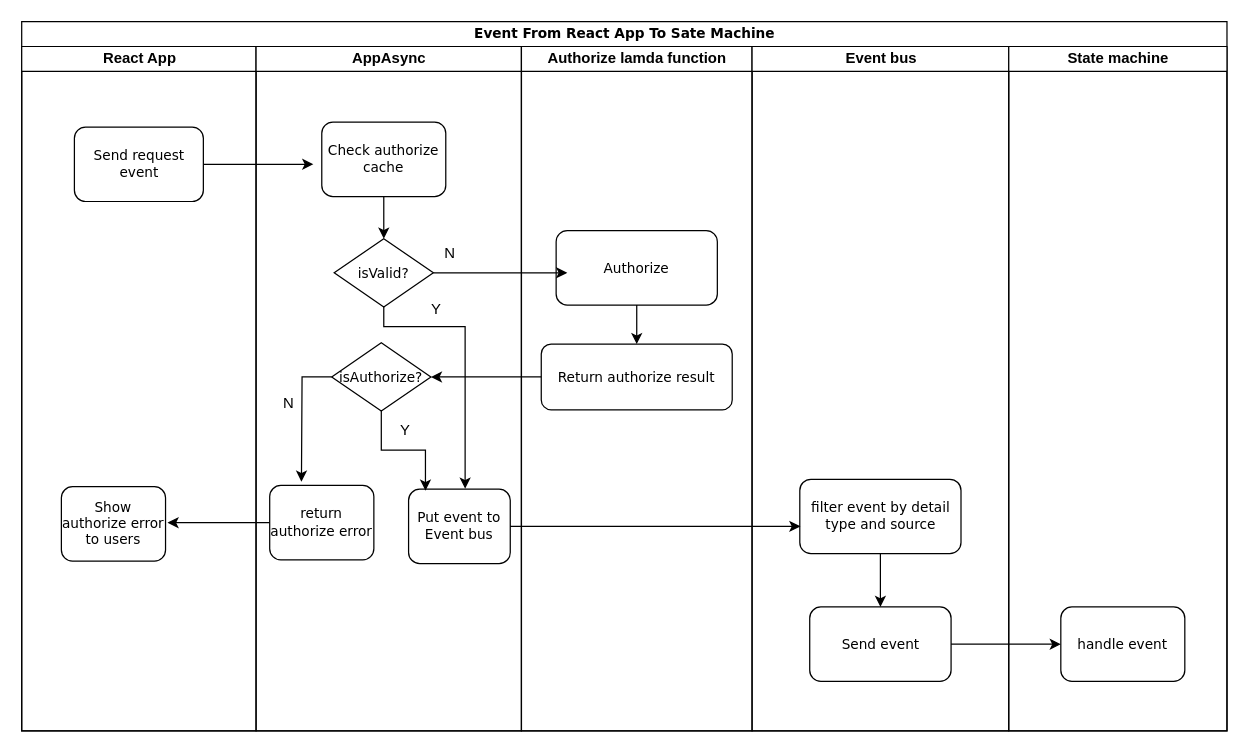
Before: event2.drawio in dieunguyen2003/deploycode, a draw.io diagram. Source tidied: cells renumbered, new cells numbered last; positions are measured from the earlier drawing's top-left corner, leaving out a move shared by most shapes. Both pictures are drawn from the tidied source at 124%, with x=0, y=0 at pixel (21, 21).
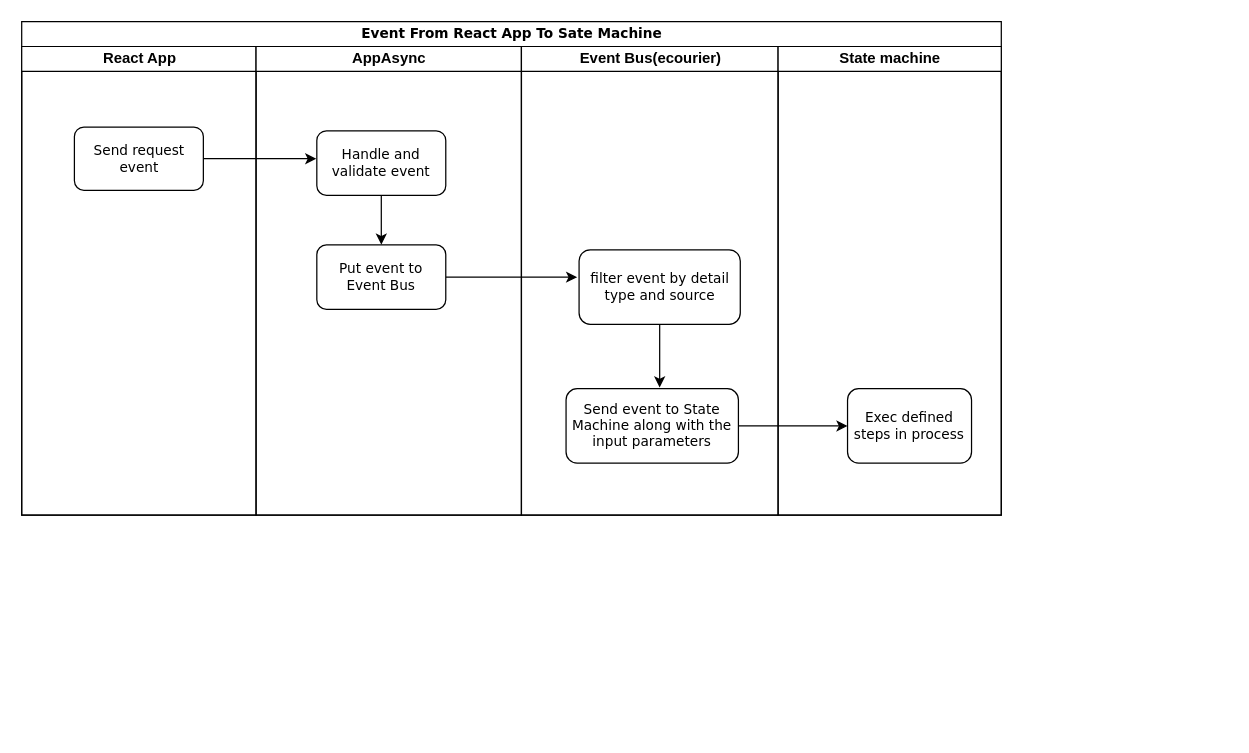
The same page after the edit.

What changed in the source:
```diff
@@
     <mxCell id="2" value="&lt;font style=&quot;font-size: 11px;&quot;&gt;Event From React App To Sate Machine&lt;/font&gt;" style="swimlane;html=1;startSize=20;rounded=0;shadow=0;labelBackgroundColor=none;strokeWidth=1;fontFamily=Verdana;fontSize=8;align=center;" parent="1" vertex="1">
-      <mxGeometry width="972" height="572" as="geometry" />
+      <mxGeometry width="790" height="398" as="geometry" />
     </mxCell>
     <mxCell id="3" value="React App" style="swimlane;html=1;startSize=20;" parent="2" vertex="1">
-      <mxGeometry y="20" width="189" height="552" as="geometry" />
+      <mxGeometry y="20" width="189" height="378" as="geometry" />
     </mxCell>
-    <mxCell id="4" style="edgeStyle=orthogonalEdgeStyle;rounded=0;jettySize=auto;html=1;" parent="3" edge="1" source="5">
-      <mxGeometry relative="1" as="geometry">
-        <mxPoint x="235.2" y="95" as="targetPoint" />
-      </mxGeometry>
-    </mxCell>
+    <mxCell id="36" style="edgeStyle=orthogonalEdgeStyle;rounded=0;jettySize=auto;html=1;" parent="3" edge="1" source="5">
+      <mxGeometry relative="1" as="geometry">
+        <mxPoint x="237.6" y="90.5" as="targetPoint" />
+      </mxGeometry>
+    </mxCell>
     <mxCell id="5" value="&lt;font style=&quot;font-size: 11px;&quot;&gt;Send request event&lt;/font&gt;" style="rounded=1;whiteSpace=wrap;html=1;shadow=0;labelBackgroundColor=none;strokeWidth=1;fontFamily=Verdana;fontSize=8;align=center;" parent="3" vertex="1">
-      <mxGeometry x="42.5" y="65" width="104" height="60" as="geometry" />
+      <mxGeometry x="42.5" y="65" width="104" height="51" as="geometry" />
     </mxCell>
-    <mxCell id="6" value="&lt;font style=&quot;font-size: 11px;&quot;&gt;Show authorize error to users&lt;/font&gt;" style="rounded=1;whiteSpace=wrap;html=1;shadow=0;labelBackgroundColor=none;strokeWidth=1;fontFamily=Verdana;fontSize=8;align=center;" parent="3" vertex="1">
-      <mxGeometry x="32" y="355" width="84" height="60" as="geometry" />
-    </mxCell>
     <mxCell id="7" value="AppAsync" style="swimlane;html=1;startSize=20;" parent="2" vertex="1">
-      <mxGeometry x="189" y="20" width="214" height="552" as="geometry" />
+      <mxGeometry x="189" y="20" width="214" height="378" as="geometry" />
     </mxCell>
-    <mxCell id="8" value="&lt;font style=&quot;font-size: 11px;&quot;&gt;Put event to Event bus&lt;/font&gt;" style="rounded=1;whiteSpace=wrap;html=1;shadow=0;labelBackgroundColor=none;strokeWidth=1;fontFamily=Verdana;fontSize=8;align=center;" parent="7" vertex="1">
-      <mxGeometry x="123" y="357" width="82" height="60" as="geometry" />
-    </mxCell>
-    <mxCell id="9" style="edgeStyle=orthogonalEdgeStyle;rounded=0;jettySize=auto;html=1;" parent="7" edge="1" source="10">
-      <mxGeometry relative="1" as="geometry">
-        <mxPoint x="168.6" y="356.6" as="targetPoint" />
-        <Array as="points">
-          <mxPoint x="103" y="226" />
-          <mxPoint x="169" y="226" />
-        </Array>
-      </mxGeometry>
-    </mxCell>
-    <mxCell id="10" value="&lt;span style=&quot;font-size: 11px;&quot;&gt;isValid?&lt;/span&gt;" style="rhombus;whiteSpace=wrap;html=1;rounded=0;shadow=0;labelBackgroundColor=none;strokeWidth=1;fontFamily=Verdana;fontSize=8;align=center;" parent="7" vertex="1">
-      <mxGeometry x="63" y="155" width="80" height="55" as="geometry" />
-    </mxCell>
-    <mxCell id="11" style="edgeStyle=orthogonalEdgeStyle;rounded=0;jettySize=auto;html=1;entryX=0.5;entryY=0;entryDx=0;entryDy=0;" parent="7" edge="1" source="12" target="10">
-      <mxGeometry relative="1" as="geometry" />
-    </mxCell>
-    <mxCell id="12" value="&lt;span style=&quot;font-size: 11px;&quot;&gt;Check authorize cache&lt;/span&gt;" style="rounded=1;whiteSpace=wrap;html=1;shadow=0;labelBackgroundColor=none;strokeWidth=1;fontFamily=Verdana;fontSize=8;align=center;" parent="7" vertex="1">
-      <mxGeometry x="53" y="61" width="100" height="60" as="geometry" />
-    </mxCell>
-    <mxCell id="13" style="edgeStyle=orthogonalEdgeStyle;rounded=0;jettySize=auto;html=1;" parent="7" edge="1" source="14">
-      <mxGeometry relative="1" as="geometry">
-        <mxPoint x="-71.4" y="384" as="targetPoint" />
-      </mxGeometry>
-    </mxCell>
-    <mxCell id="14" value="&lt;font style=&quot;font-size: 11px;&quot;&gt;return authorize error&lt;/font&gt;" style="rounded=1;whiteSpace=wrap;html=1;shadow=0;labelBackgroundColor=none;strokeWidth=1;fontFamily=Verdana;fontSize=8;align=center;" parent="7" vertex="1">
-      <mxGeometry x="11" y="354" width="84" height="60" as="geometry" />
-    </mxCell>
-    <mxCell id="15" style="edgeStyle=orthogonalEdgeStyle;rounded=0;jettySize=auto;html=1;" parent="7" edge="1" source="16">
-      <mxGeometry relative="1" as="geometry">
-        <mxPoint x="36.6" y="351" as="targetPoint" />
-      </mxGeometry>
-    </mxCell>
-    <mxCell id="16" value="&lt;span style=&quot;font-size: 11px;&quot;&gt;isAuthorize?&lt;/span&gt;" style="rhombus;whiteSpace=wrap;html=1;rounded=0;shadow=0;labelBackgroundColor=none;strokeWidth=1;fontFamily=Verdana;fontSize=8;align=center;" parent="7" vertex="1">
-      <mxGeometry x="61" y="239" width="80" height="55" as="geometry" />
-    </mxCell>
-    <mxCell id="17" style="edgeStyle=orthogonalEdgeStyle;rounded=0;jettySize=auto;html=1;entryX=0.166;entryY=0.02;entryDx=0;entryDy=0;entryPerimeter=0;" parent="7" edge="1" source="16" target="8">
-      <mxGeometry relative="1" as="geometry" />
-    </mxCell>
-    <mxCell id="18" value="Authorize lamda function" style="swimlane;html=1;startSize=20;" parent="2" vertex="1">
-      <mxGeometry x="403" y="20" width="186" height="552" as="geometry" />
-    </mxCell>
-    <mxCell id="19" style="edgeStyle=orthogonalEdgeStyle;rounded=0;jettySize=auto;html=1;entryX=0.5;entryY=0;entryDx=0;entryDy=0;" parent="18" edge="1" source="20" target="21">
-      <mxGeometry relative="1" as="geometry" />
-    </mxCell>
-    <mxCell id="20" value="&lt;span style=&quot;font-size: 11px;&quot;&gt;Authorize&lt;/span&gt;" style="rounded=1;whiteSpace=wrap;html=1;shadow=0;labelBackgroundColor=none;strokeWidth=1;fontFamily=Verdana;fontSize=8;align=center;" parent="18" vertex="1">
-      <mxGeometry x="28" y="148.5" width="130" height="60" as="geometry" />
-    </mxCell>
-    <mxCell id="21" value="&lt;font style=&quot;font-size: 11px;&quot;&gt;Return&amp;nbsp;authorize result&lt;/font&gt;" style="rounded=1;whiteSpace=wrap;html=1;shadow=0;labelBackgroundColor=none;strokeWidth=1;fontFamily=Verdana;fontSize=8;align=center;" parent="18" vertex="1">
-      <mxGeometry x="16" y="240" width="154" height="53" as="geometry" />
-    </mxCell>
+    <mxCell id="37" style="edgeStyle=orthogonalEdgeStyle;rounded=0;jettySize=auto;html=1;" parent="7" edge="1" source="38">
+      <mxGeometry relative="1" as="geometry">
+        <mxPoint x="101" y="159.8" as="targetPoint" />
+      </mxGeometry>
+    </mxCell>
+    <mxCell id="38" value="&lt;font style=&quot;font-size: 11px;&quot;&gt;Handle and validate event&lt;/font&gt;" style="rounded=1;whiteSpace=wrap;html=1;shadow=0;labelBackgroundColor=none;strokeWidth=1;fontFamily=Verdana;fontSize=8;align=center;" parent="7" vertex="1">
+      <mxGeometry x="49" y="68" width="104" height="52" as="geometry" />
+    </mxCell>
+    <mxCell id="39" style="edgeStyle=orthogonalEdgeStyle;rounded=0;jettySize=auto;html=1;" parent="7" edge="1" source="40">
+      <mxGeometry relative="1" as="geometry">
+        <mxPoint x="259" y="186" as="targetPoint" />
+      </mxGeometry>
+    </mxCell>
+    <mxCell id="40" value="&lt;font style=&quot;font-size: 11px;&quot;&gt;Put event to Event Bus&lt;/font&gt;" style="rounded=1;whiteSpace=wrap;html=1;shadow=0;labelBackgroundColor=none;strokeWidth=1;fontFamily=Verdana;fontSize=8;align=center;" parent="7" vertex="1">
+      <mxGeometry x="49" y="160" width="104" height="52" as="geometry" />
+    </mxCell>
-    <mxCell id="22" value="Event bus" style="swimlane;html=1;startSize=20;" parent="2" vertex="1">
-      <mxGeometry x="589" y="20" width="207" height="552" as="geometry" />
+    <mxCell id="22" value="Event Bus(ecourier)" style="swimlane;html=1;startSize=20;" parent="2" vertex="1">
+      <mxGeometry x="403" y="20" width="207" height="378" as="geometry" />
     </mxCell>
-    <mxCell id="23" style="edgeStyle=orthogonalEdgeStyle;rounded=0;jettySize=auto;html=1;entryX=0.5;entryY=0;entryDx=0;entryDy=0;" parent="22" edge="1" source="24" target="25">
-      <mxGeometry relative="1" as="geometry" />
-    </mxCell>
+    <mxCell id="41" style="edgeStyle=orthogonalEdgeStyle;rounded=0;jettySize=auto;html=1;" parent="22" edge="1" source="24">
+      <mxGeometry relative="1" as="geometry">
+        <mxPoint x="111.5" y="275" as="targetPoint" />
+      </mxGeometry>
+    </mxCell>
     <mxCell id="24" value="&lt;font style=&quot;font-size: 11px;&quot;&gt;filter event by detail type and source&lt;/font&gt;" style="rounded=1;whiteSpace=wrap;html=1;shadow=0;labelBackgroundColor=none;strokeWidth=1;fontFamily=Verdana;fontSize=8;align=center;" parent="22" vertex="1">
-      <mxGeometry x="38.5" y="349" width="130" height="60" as="geometry" />
+      <mxGeometry x="46.5" y="164" width="130" height="60" as="geometry" />
     </mxCell>
-    <mxCell id="25" value="&lt;span style=&quot;font-size: 11px;&quot;&gt;Send event&lt;/span&gt;" style="rounded=1;whiteSpace=wrap;html=1;shadow=0;labelBackgroundColor=none;strokeWidth=1;fontFamily=Verdana;fontSize=8;align=center;" parent="22" vertex="1">
-      <mxGeometry x="46.5" y="452" width="114" height="60" as="geometry" />
+    <mxCell id="25" value="&lt;font style=&quot;font-size: 11px;&quot;&gt;Send event to State Machine along with the input parameters&lt;/font&gt;" style="rounded=1;whiteSpace=wrap;html=1;shadow=0;labelBackgroundColor=none;strokeWidth=1;fontFamily=Verdana;fontSize=8;align=center;" parent="22" vertex="1">
+      <mxGeometry x="36" y="276" width="139" height="60" as="geometry" />
     </mxCell>
     <mxCell id="26" value="State machine" style="swimlane;html=1;startSize=20;" parent="2" vertex="1">
-      <mxGeometry x="796" y="20" width="176" height="552" as="geometry" />
+      <mxGeometry x="610" y="20" width="180" height="378" as="geometry" />
     </mxCell>
-    <mxCell id="27" value="&lt;span style=&quot;font-size: 11px;&quot;&gt;handle event&lt;/span&gt;" style="rounded=1;whiteSpace=wrap;html=1;shadow=0;labelBackgroundColor=none;strokeWidth=1;fontFamily=Verdana;fontSize=8;align=center;" parent="26" vertex="1">
-      <mxGeometry x="42" y="452" width="100" height="60" as="geometry" />
+    <mxCell id="27" value="&lt;span style=&quot;font-size: 11px;&quot;&gt;Exec defined steps in process&lt;/span&gt;" style="rounded=1;whiteSpace=wrap;html=1;shadow=0;labelBackgroundColor=none;strokeWidth=1;fontFamily=Verdana;fontSize=8;align=center;" parent="26" vertex="1">
+      <mxGeometry x="56" y="276" width="100" height="60" as="geometry" />
     </mxCell>
-    <mxCell id="28" style="edgeStyle=orthogonalEdgeStyle;rounded=0;jettySize=auto;html=1;entryX=0.069;entryY=0.567;entryDx=0;entryDy=0;entryPerimeter=0;" parent="2" edge="1" source="10" target="20">
-      <mxGeometry relative="1" as="geometry" />
-    </mxCell>
-    <mxCell id="29" style="edgeStyle=orthogonalEdgeStyle;rounded=0;jettySize=auto;html=1;entryX=1;entryY=0.5;entryDx=0;entryDy=0;" parent="2" edge="1" source="21" target="16">
-      <mxGeometry relative="1" as="geometry" />
-    </mxCell>
-    <mxCell id="30" style="edgeStyle=orthogonalEdgeStyle;rounded=0;jettySize=auto;html=1;entryX=0.004;entryY=0.633;entryDx=0;entryDy=0;entryPerimeter=0;" parent="2" edge="1" source="8" target="24">
-      <mxGeometry relative="1" as="geometry" />
-    </mxCell>
@@
-    <mxCell id="32" value="N" style="text;html=1;align=center;verticalAlign=middle;strokeColor=none;fillColor=none;" parent="1" vertex="1">
-      <mxGeometry x="331" y="174" width="27" height="26" as="geometry" />
-    </mxCell>
-    <mxCell id="33" value="Y" style="text;html=1;align=center;verticalAlign=middle;strokeColor=none;fillColor=none;" parent="1" vertex="1">
-      <mxGeometry x="321" y="219" width="26" height="26" as="geometry" />
-    </mxCell>
-    <mxCell id="34" value="Y" style="text;html=1;align=center;verticalAlign=middle;strokeColor=none;fillColor=none;" parent="1" vertex="1">
-      <mxGeometry x="296" y="317" width="26" height="26" as="geometry" />
-    </mxCell>
-    <mxCell id="35" value="N" style="text;html=1;align=center;verticalAlign=middle;strokeColor=none;fillColor=none;" parent="1" vertex="1">
-      <mxGeometry x="201" y="295" width="27" height="26" as="geometry" />
-    </mxCell>
```
